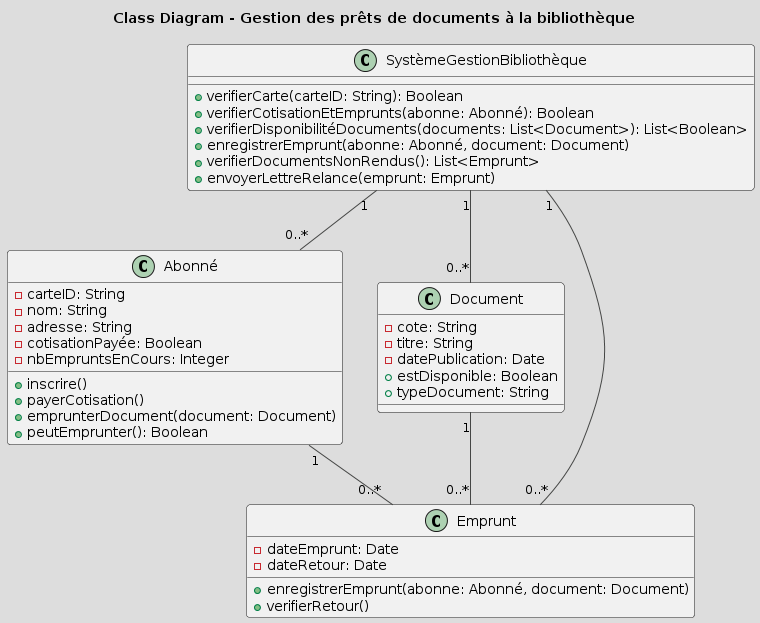
Earlier version of the PlantUML export asset/diagramme_classe.png (clemence95/CDA24178).
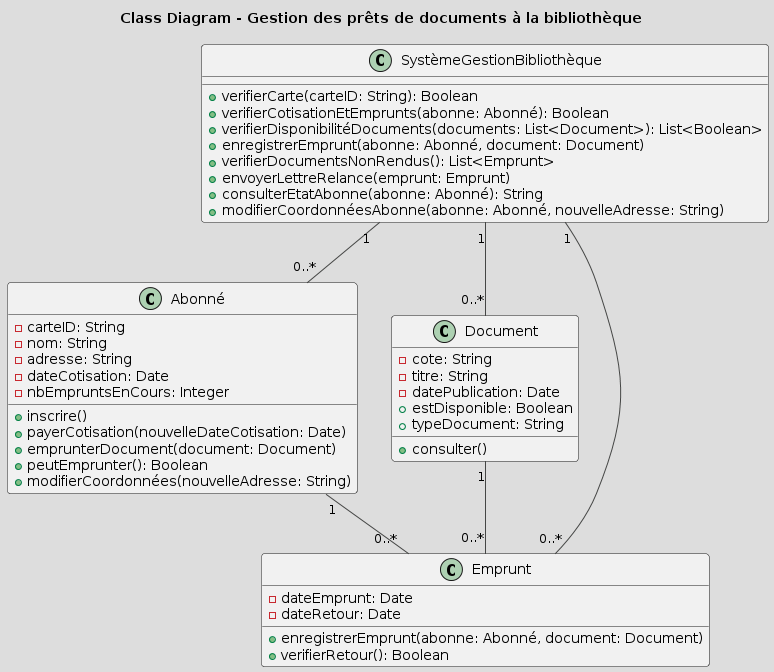
After the commit.

What changed in the source:
```diff
@@ -6,12 +6,13 @@
     - carteID: String
     - nom: String
     - adresse: String
-    - cotisationPayée: Boolean
+    - dateCotisation: Date
     - nbEmpruntsEnCours: Integer
     + inscrire()
-    + payerCotisation()
+    + payerCotisation(nouvelleDateCotisation: Date)
     + emprunterDocument(document: Document)
     + peutEmprunter(): Boolean
+    + modifierCoordonnées(nouvelleAdresse: String)
 }
 
 class Document {
@@ -20,13 +21,14 @@
     - datePublication: Date
     + estDisponible: Boolean
     + typeDocument: String
+    + consulter()
 }
 
 class Emprunt {
     - dateEmprunt: Date
     - dateRetour: Date
     + enregistrerEmprunt(abonne: Abonné, document: Document)
-    + verifierRetour()
+    + verifierRetour(): Boolean
 }
 
 class SystèmeGestionBibliothèque {
@@ -36,6 +38,8 @@
     + enregistrerEmprunt(abonne: Abonné, document: Document)
     + verifierDocumentsNonRendus(): List<Emprunt>
     + envoyerLettreRelance(emprunt: Emprunt)
+    + consulterEtatAbonne(abonne: Abonné): String
+    + modifierCoordonnéesAbonne(abonne: Abonné, nouvelleAdresse: String)
 }
 
 Abonné "1" -- "0..*" Emprunt
```
